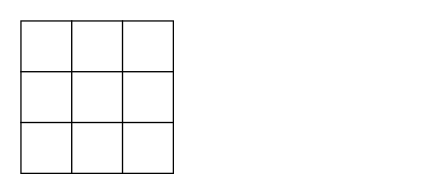
Earlier version of the draw.io diagram page "Page-5" (6 of 7) of diagram/parts-template.drawio (haloyukka/python). Source tidied: cells renumbered, new cells numbered last; positions are measured from the earlier drawing's top-left corner, leaving out a move shared by most shapes. Both pictures are drawn from the tidied source at 127%, with x=0, y=0 at pixel (20, 20).
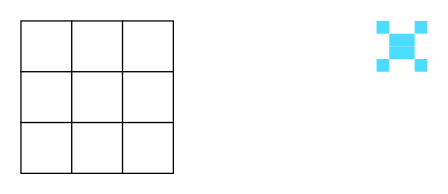
Above is the later version.

The edit, as a diff of the source:
```diff
@@
 <mxGraphModel>
   <root>
     <mxCell id="0" />
     <mxCell id="1" parent="0" />
     <mxCell id="2" style="rounded=0;whiteSpace=wrap;html=1;" parent="1" vertex="1">
       <mxGeometry width="40" height="40" as="geometry" />
     </mxCell>
     <mxCell id="3" style="rounded=0;whiteSpace=wrap;html=1;" parent="1" vertex="1">
       <mxGeometry x="40" width="40" height="40" as="geometry" />
     </mxCell>
     <mxCell id="4" style="rounded=0;whiteSpace=wrap;html=1;" parent="1" vertex="1">
       <mxGeometry x="80" width="40" height="40" as="geometry" />
     </mxCell>
     <mxCell id="5" style="rounded=0;whiteSpace=wrap;html=1;" parent="1" vertex="1">
       <mxGeometry y="40" width="40" height="40" as="geometry" />
     </mxCell>
     <mxCell id="6" style="rounded=0;whiteSpace=wrap;html=1;" parent="1" vertex="1">
       <mxGeometry x="40" y="40" width="40" height="40" as="geometry" />
     </mxCell>
     <mxCell id="7" style="rounded=0;whiteSpace=wrap;html=1;" parent="1" vertex="1">
       <mxGeometry x="80" y="40" width="40" height="40" as="geometry" />
     </mxCell>
     <mxCell id="8" style="rounded=0;whiteSpace=wrap;html=1;" parent="1" vertex="1">
       <mxGeometry y="80" width="40" height="40" as="geometry" />
     </mxCell>
     <mxCell id="9" style="rounded=0;whiteSpace=wrap;html=1;" parent="1" vertex="1">
       <mxGeometry x="40" y="80" width="40" height="40" as="geometry" />
     </mxCell>
     <mxCell id="10" style="rounded=0;whiteSpace=wrap;html=1;" parent="1" vertex="1">
       <mxGeometry x="80" y="80" width="40" height="40" as="geometry" />
     </mxCell>
+    <mxCell id="11" style="rounded=0;whiteSpace=wrap;html=1;strokeColor=none;fillColor=#4BDCFF;" parent="1" vertex="1">
+      <mxGeometry x="310" width="10" height="10" as="geometry" />
+    </mxCell>
+    <mxCell id="12" style="rounded=0;whiteSpace=wrap;html=1;strokeColor=none;fillColor=#4BDCFF;" parent="1" vertex="1">
+      <mxGeometry x="280" width="10" height="10" as="geometry" />
+    </mxCell>
+    <mxCell id="13" style="rounded=0;whiteSpace=wrap;html=1;strokeColor=none;fillColor=#4BDCFF;" parent="1" vertex="1">
+      <mxGeometry x="290" y="10" width="10" height="10" as="geometry" />
+    </mxCell>
+    <mxCell id="14" style="rounded=0;whiteSpace=wrap;html=1;strokeColor=none;fillColor=#4BDCFF;" parent="1" vertex="1">
+      <mxGeometry x="300" y="10" width="10" height="10" as="geometry" />
+    </mxCell>
+    <mxCell id="15" style="rounded=0;whiteSpace=wrap;html=1;strokeColor=none;fillColor=#4BDCFF;" parent="1" vertex="1">
+      <mxGeometry x="290" y="20" width="10" height="10" as="geometry" />
+    </mxCell>
+    <mxCell id="16" style="rounded=0;whiteSpace=wrap;html=1;strokeColor=none;fillColor=#4BDCFF;" parent="1" vertex="1">
+      <mxGeometry x="300" y="20" width="10" height="10" as="geometry" />
+    </mxCell>
+    <mxCell id="17" style="rounded=0;whiteSpace=wrap;html=1;strokeColor=none;fillColor=#4BDCFF;" parent="1" vertex="1">
+      <mxGeometry x="280" y="30" width="10" height="10" as="geometry" />
+    </mxCell>
+    <mxCell id="18" style="rounded=0;whiteSpace=wrap;html=1;strokeColor=none;fillColor=#4BDCFF;" parent="1" vertex="1">
+      <mxGeometry x="310" y="30" width="10" height="10" as="geometry" />
+    </mxCell>
   </root>
 </mxGraphModel>
```
